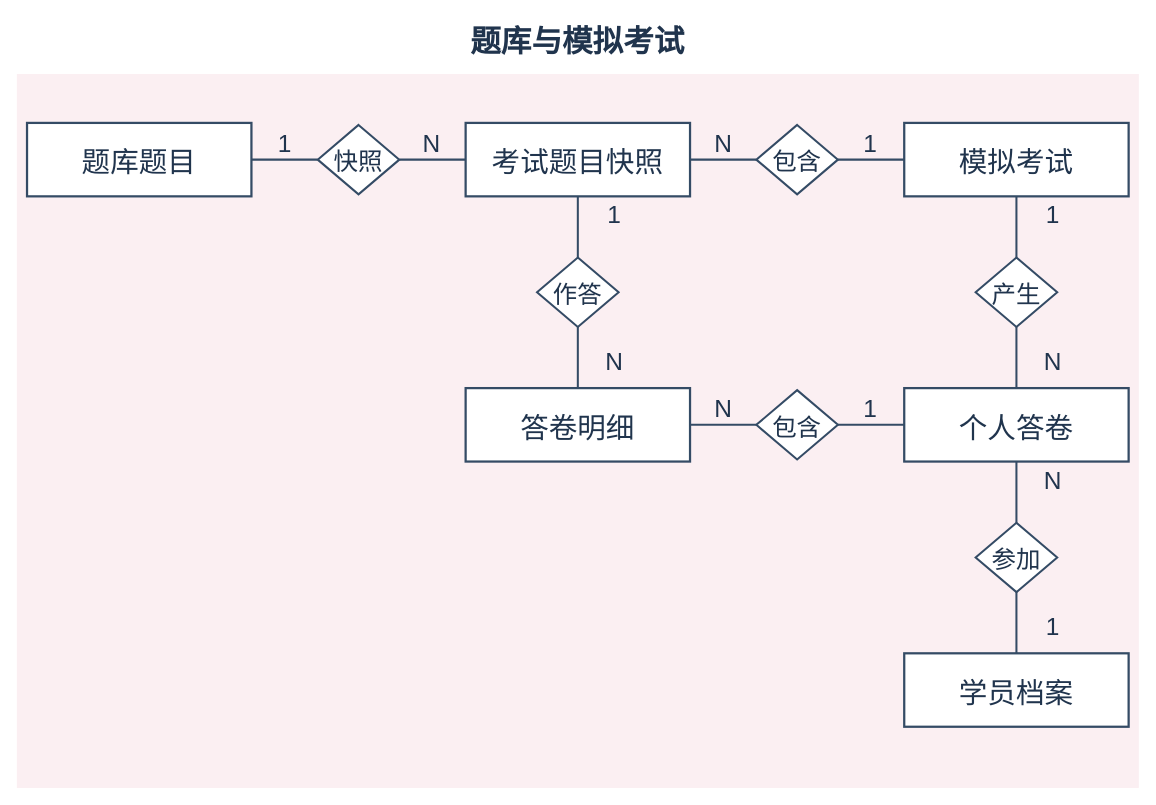
The draw.io diagram page "题目与模拟考试" (5 of 6) of diagrams/overall-er.drawio in TJHLDY/driving-school-training-exam-management, before the edit. Source tidied: cells renumbered, new cells numbered last; positions are measured from the earlier drawing's top-left corner, leaving out a move shared by most shapes. Both pictures are drawn from the tidied source at 102%, with x=0, y=0 at pixel (16, 16).
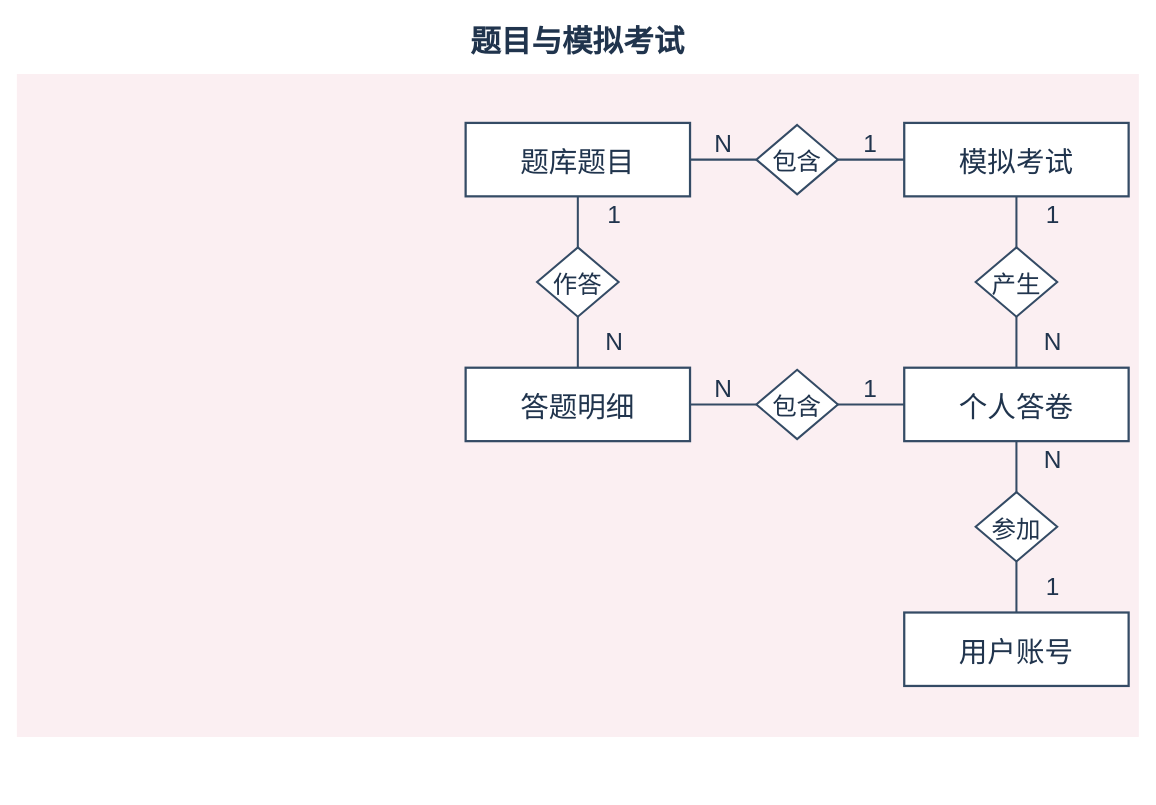
The same page after the edit.

The change refers to these unchanged cells:
```xml
<mxCell id="6" value="模拟考试" style="shape=rectangle;rounded=0;fillColor=#FFFFFF;strokeColor=#344B65;strokeWidth=2.2;fontSize=28;fontFamily=Microsoft YaHei;fontColor=#20344D;" parent="1" vertex="1">
  <mxGeometry x="870" y="104" width="220" height="72" as="geometry" />
</mxCell>
```

Diff of the diagram source:
```diff
@@
     <mxCell id="2" style="fillColor=#FBEFF2;strokeColor=none;" parent="1" vertex="1">
-      <mxGeometry y="56" width="1100" height="700" as="geometry" />
+      <mxGeometry y="56" width="1100" height="650" as="geometry" />
     </mxCell>
-    <mxCell id="3" value="题库与模拟考试" style="strokeColor=none;fillColor=none;fontFamily=Microsoft YaHei;fontColor=#20344D;fontSize=30;fontStyle=1;" parent="1" vertex="1">
+    <mxCell id="3" value="题目与模拟考试" style="strokeColor=none;fillColor=none;fontFamily=Microsoft YaHei;fontColor=#20344D;fontSize=30;fontStyle=1;" parent="1" vertex="1">
       <mxGeometry x="50" width="1000" height="42" as="geometry" />
     </mxCell>
     <mxCell id="4" value="题库题目" style="shape=rectangle;rounded=0;fillColor=#FFFFFF;strokeColor=#344B65;strokeWidth=2.2;fontSize=28;fontFamily=Microsoft YaHei;fontColor=#20344D;" parent="1" vertex="1">
-      <mxGeometry x="10" y="104" width="220" height="72" as="geometry" />
+      <mxGeometry x="440" y="104" width="220" height="72" as="geometry" />
     </mxCell>
-    <mxCell id="5" value="考试题目快照" style="shape=rectangle;rounded=0;fillColor=#FFFFFF;strokeColor=#344B65;strokeWidth=2.2;fontSize=28;fontFamily=Microsoft YaHei;fontColor=#20344D;" parent="1" vertex="1">
-      <mxGeometry x="440" y="104" width="220" height="72" as="geometry" />
-    </mxCell>
@@
-    <mxCell id="7" value="答卷明细" style="shape=rectangle;rounded=0;fillColor=#FFFFFF;strokeColor=#344B65;strokeWidth=2.2;fontSize=28;fontFamily=Microsoft YaHei;fontColor=#20344D;" parent="1" vertex="1">
-      <mxGeometry x="440" y="364" width="220" height="72" as="geometry" />
-    </mxCell>
+    <mxCell id="40" value="答题明细" style="shape=rectangle;rounded=0;fillColor=#FFFFFF;strokeColor=#344B65;strokeWidth=2.2;fontSize=28;fontFamily=Microsoft YaHei;fontColor=#20344D;" parent="1" vertex="1">
+      <mxGeometry x="440" y="344" width="220" height="72" as="geometry" />
+    </mxCell>
     <mxCell id="8" value="个人答卷" style="shape=rectangle;rounded=0;fillColor=#FFFFFF;strokeColor=#344B65;strokeWidth=2.2;fontSize=28;fontFamily=Microsoft YaHei;fontColor=#20344D;" parent="1" vertex="1">
-      <mxGeometry x="870" y="364" width="220" height="72" as="geometry" />
+      <mxGeometry x="870" y="344" width="220" height="72" as="geometry" />
     </mxCell>
-    <mxCell id="9" value="学员档案" style="shape=rectangle;rounded=0;fillColor=#FFFFFF;strokeColor=#344B65;strokeWidth=2.2;fontSize=28;fontFamily=Microsoft YaHei;fontColor=#20344D;" parent="1" vertex="1">
-      <mxGeometry x="870" y="624" width="220" height="72" as="geometry" />
-    </mxCell>
+    <mxCell id="41" value="用户账号" style="shape=rectangle;rounded=0;fillColor=#FFFFFF;strokeColor=#344B65;strokeWidth=2.2;fontSize=28;fontFamily=Microsoft YaHei;fontColor=#20344D;" parent="1" vertex="1">
+      <mxGeometry x="870" y="584" width="220" height="72" as="geometry" />
+    </mxCell>
-    <mxCell id="10" value="快照" style="shape=rhombus;perimeter=rhombusPerimeter;fillColor=#FFFFFF;strokeColor=#344B65;strokeWidth=2;fontSize=24;fontFamily=Microsoft YaHei;fontColor=#20344D;" parent="1" vertex="1">
-      <mxGeometry x="295" y="106" width="80" height="68" as="geometry" />
+    <mxCell id="10" value="包含" style="shape=rhombus;perimeter=rhombusPerimeter;fillColor=#FFFFFF;strokeColor=#344B65;strokeWidth=2;fontSize=24;fontFamily=Microsoft YaHei;fontColor=#20344D;" parent="1" vertex="1">
+      <mxGeometry x="725" y="106" width="80" height="68" as="geometry" />
     </mxCell>
-    <mxCell id="11" style="edgeStyle=none;noEdgeStyle=1;endArrow=none;startArrow=none;strokeColor=#344B65;strokeWidth=2;" parent="1" edge="1" source="4" target="10">
+    <mxCell id="11" style="edgeStyle=none;noEdgeStyle=1;endArrow=none;startArrow=none;strokeColor=#344B65;strokeWidth=2;" parent="1" edge="1" source="6" target="10">
       <mxGeometry relative="1" as="geometry" />
     </mxCell>
     <mxCell id="12" value="1" style="strokeColor=none;fillColor=none;fontFamily=Microsoft YaHei;fontColor=#20344D;fontSize=24;" parent="1" vertex="1">
-      <mxGeometry x="235" y="108" width="56" height="28" as="geometry" />
+      <mxGeometry x="809" y="108" width="56" height="28" as="geometry" />
     </mxCell>
-    <mxCell id="13" style="edgeStyle=none;noEdgeStyle=1;endArrow=none;startArrow=none;strokeColor=#344B65;strokeWidth=2;" parent="1" edge="1" source="5" target="10">
+    <mxCell id="13" style="edgeStyle=none;noEdgeStyle=1;endArrow=none;startArrow=none;strokeColor=#344B65;strokeWidth=2;" parent="1" edge="1" source="4" target="10">
       <mxGeometry relative="1" as="geometry" />
     </mxCell>
     <mxCell id="14" value="N" style="strokeColor=none;fillColor=none;fontFamily=Microsoft YaHei;fontColor=#20344D;fontSize=24;" parent="1" vertex="1">
-      <mxGeometry x="379" y="108" width="56" height="28" as="geometry" />
+      <mxGeometry x="665" y="108" width="56" height="28" as="geometry" />
     </mxCell>
-    <mxCell id="15" value="包含" style="shape=rhombus;perimeter=rhombusPerimeter;fillColor=#FFFFFF;strokeColor=#344B65;strokeWidth=2;fontSize=24;fontFamily=Microsoft YaHei;fontColor=#20344D;" parent="1" vertex="1">
-      <mxGeometry x="725" y="106" width="80" height="68" as="geometry" />
+    <mxCell id="15" value="产生" style="shape=rhombus;perimeter=rhombusPerimeter;fillColor=#FFFFFF;strokeColor=#344B65;strokeWidth=2;fontSize=24;fontFamily=Microsoft YaHei;fontColor=#20344D;" parent="1" vertex="1">
+      <mxGeometry x="940" y="226" width="80" height="68" as="geometry" />
     </mxCell>
@@
     <mxCell id="17" value="1" style="strokeColor=none;fillColor=none;fontFamily=Microsoft YaHei;fontColor=#20344D;fontSize=24;" parent="1" vertex="1">
-      <mxGeometry x="809" y="108" width="56" height="28" as="geometry" />
+      <mxGeometry x="988" y="178" width="56" height="28" as="geometry" />
     </mxCell>
-    <mxCell id="18" style="edgeStyle=none;noEdgeStyle=1;endArrow=none;startArrow=none;strokeColor=#344B65;strokeWidth=2;" parent="1" edge="1" source="5" target="15">
+    <mxCell id="18" style="edgeStyle=none;noEdgeStyle=1;endArrow=none;startArrow=none;strokeColor=#344B65;strokeWidth=2;" parent="1" edge="1" source="8" target="15">
       <mxGeometry relative="1" as="geometry" />
     </mxCell>
     <mxCell id="19" value="N" style="strokeColor=none;fillColor=none;fontFamily=Microsoft YaHei;fontColor=#20344D;fontSize=24;" parent="1" vertex="1">
-      <mxGeometry x="665" y="108" width="56" height="28" as="geometry" />
+      <mxGeometry x="988" y="302" width="56" height="28" as="geometry" />
     </mxCell>
-    <mxCell id="20" value="产生" style="shape=rhombus;perimeter=rhombusPerimeter;fillColor=#FFFFFF;strokeColor=#344B65;strokeWidth=2;fontSize=24;fontFamily=Microsoft YaHei;fontColor=#20344D;" parent="1" vertex="1">
-      <mxGeometry x="940" y="236" width="80" height="68" as="geometry" />
+    <mxCell id="20" value="作答" style="shape=rhombus;perimeter=rhombusPerimeter;fillColor=#FFFFFF;strokeColor=#344B65;strokeWidth=2;fontSize=24;fontFamily=Microsoft YaHei;fontColor=#20344D;" parent="1" vertex="1">
+      <mxGeometry x="510" y="226" width="80" height="68" as="geometry" />
     </mxCell>
-    <mxCell id="21" style="edgeStyle=none;noEdgeStyle=1;endArrow=none;startArrow=none;strokeColor=#344B65;strokeWidth=2;" parent="1" edge="1" source="6" target="20">
+    <mxCell id="21" style="edgeStyle=none;noEdgeStyle=1;endArrow=none;startArrow=none;strokeColor=#344B65;strokeWidth=2;" parent="1" edge="1" source="4" target="20">
       <mxGeometry relative="1" as="geometry" />
     </mxCell>
     <mxCell id="22" value="1" style="strokeColor=none;fillColor=none;fontFamily=Microsoft YaHei;fontColor=#20344D;fontSize=24;" parent="1" vertex="1">
-      <mxGeometry x="988" y="178" width="56" height="28" as="geometry" />
+      <mxGeometry x="558" y="178" width="56" height="28" as="geometry" />
     </mxCell>
-    <mxCell id="23" style="edgeStyle=none;noEdgeStyle=1;endArrow=none;startArrow=none;strokeColor=#344B65;strokeWidth=2;" parent="1" edge="1" source="8" target="20">
+    <mxCell id="23" style="edgeStyle=none;noEdgeStyle=1;endArrow=none;startArrow=none;strokeColor=#344B65;strokeWidth=2;" parent="1" edge="1" source="40" target="20">
       <mxGeometry relative="1" as="geometry" />
     </mxCell>
     <mxCell id="24" value="N" style="strokeColor=none;fillColor=none;fontFamily=Microsoft YaHei;fontColor=#20344D;fontSize=24;" parent="1" vertex="1">
-      <mxGeometry x="988" y="322" width="56" height="28" as="geometry" />
+      <mxGeometry x="558" y="302" width="56" height="28" as="geometry" />
     </mxCell>
-    <mxCell id="25" value="作答" style="shape=rhombus;perimeter=rhombusPerimeter;fillColor=#FFFFFF;strokeColor=#344B65;strokeWidth=2;fontSize=24;fontFamily=Microsoft YaHei;fontColor=#20344D;" parent="1" vertex="1">
-      <mxGeometry x="510" y="236" width="80" height="68" as="geometry" />
+    <mxCell id="25" value="包含" style="shape=rhombus;perimeter=rhombusPerimeter;fillColor=#FFFFFF;strokeColor=#344B65;strokeWidth=2;fontSize=24;fontFamily=Microsoft YaHei;fontColor=#20344D;" parent="1" vertex="1">
+      <mxGeometry x="725" y="346" width="80" height="68" as="geometry" />
     </mxCell>
-    <mxCell id="26" style="edgeStyle=none;noEdgeStyle=1;endArrow=none;startArrow=none;strokeColor=#344B65;strokeWidth=2;" parent="1" edge="1" source="5" target="25">
+    <mxCell id="26" style="edgeStyle=none;noEdgeStyle=1;endArrow=none;startArrow=none;strokeColor=#344B65;strokeWidth=2;" parent="1" edge="1" source="8" target="25">
       <mxGeometry relative="1" as="geometry" />
     </mxCell>
     <mxCell id="27" value="1" style="strokeColor=none;fillColor=none;fontFamily=Microsoft YaHei;fontColor=#20344D;fontSize=24;" parent="1" vertex="1">
-      <mxGeometry x="558" y="178" width="56" height="28" as="geometry" />
+      <mxGeometry x="809" y="348" width="56" height="28" as="geometry" />
     </mxCell>
-    <mxCell id="28" style="edgeStyle=none;noEdgeStyle=1;endArrow=none;startArrow=none;strokeColor=#344B65;strokeWidth=2;" parent="1" edge="1" source="7" target="25">
+    <mxCell id="28" style="edgeStyle=none;noEdgeStyle=1;endArrow=none;startArrow=none;strokeColor=#344B65;strokeWidth=2;" parent="1" edge="1" source="40" target="25">
       <mxGeometry relative="1" as="geometry" />
     </mxCell>
     <mxCell id="29" value="N" style="strokeColor=none;fillColor=none;fontFamily=Microsoft YaHei;fontColor=#20344D;fontSize=24;" parent="1" vertex="1">
-      <mxGeometry x="558" y="322" width="56" height="28" as="geometry" />
+      <mxGeometry x="665" y="348" width="56" height="28" as="geometry" />
     </mxCell>
-    <mxCell id="30" value="包含" style="shape=rhombus;perimeter=rhombusPerimeter;fillColor=#FFFFFF;strokeColor=#344B65;strokeWidth=2;fontSize=24;fontFamily=Microsoft YaHei;fontColor=#20344D;" parent="1" vertex="1">
-      <mxGeometry x="725" y="366" width="80" height="68" as="geometry" />
+    <mxCell id="30" value="参加" style="shape=rhombus;perimeter=rhombusPerimeter;fillColor=#FFFFFF;strokeColor=#344B65;strokeWidth=2;fontSize=24;fontFamily=Microsoft YaHei;fontColor=#20344D;" parent="1" vertex="1">
+      <mxGeometry x="940" y="466" width="80" height="68" as="geometry" />
     </mxCell>
-    <mxCell id="31" style="edgeStyle=none;noEdgeStyle=1;endArrow=none;startArrow=none;strokeColor=#344B65;strokeWidth=2;" parent="1" edge="1" source="8" target="30">
+    <mxCell id="31" style="edgeStyle=none;noEdgeStyle=1;endArrow=none;startArrow=none;strokeColor=#344B65;strokeWidth=2;" parent="1" edge="1" source="41" target="30">
       <mxGeometry relative="1" as="geometry" />
     </mxCell>
     <mxCell id="32" value="1" style="strokeColor=none;fillColor=none;fontFamily=Microsoft YaHei;fontColor=#20344D;fontSize=24;" parent="1" vertex="1">
-      <mxGeometry x="809" y="368" width="56" height="28" as="geometry" />
+      <mxGeometry x="988" y="542" width="56" height="28" as="geometry" />
     </mxCell>
-    <mxCell id="33" style="edgeStyle=none;noEdgeStyle=1;endArrow=none;startArrow=none;strokeColor=#344B65;strokeWidth=2;" parent="1" edge="1" source="7" target="30">
+    <mxCell id="33" style="edgeStyle=none;noEdgeStyle=1;endArrow=none;startArrow=none;strokeColor=#344B65;strokeWidth=2;" parent="1" edge="1" source="8" target="30">
       <mxGeometry relative="1" as="geometry" />
     </mxCell>
     <mxCell id="34" value="N" style="strokeColor=none;fillColor=none;fontFamily=Microsoft YaHei;fontColor=#20344D;fontSize=24;" parent="1" vertex="1">
-      <mxGeometry x="665" y="368" width="56" height="28" as="geometry" />
+      <mxGeometry x="988" y="418" width="56" height="28" as="geometry" />
     </mxCell>
-    <mxCell id="35" value="参加" style="shape=rhombus;perimeter=rhombusPerimeter;fillColor=#FFFFFF;strokeColor=#344B65;strokeWidth=2;fontSize=24;fontFamily=Microsoft YaHei;fontColor=#20344D;" parent="1" vertex="1">
-      <mxGeometry x="940" y="496" width="80" height="68" as="geometry" />
-    </mxCell>
-    <mxCell id="36" style="edgeStyle=none;noEdgeStyle=1;endArrow=none;startArrow=none;strokeColor=#344B65;strokeWidth=2;" parent="1" edge="1" source="9" target="35">
-      <mxGeometry relative="1" as="geometry" />
-    </mxCell>
-    <mxCell id="37" value="1" style="strokeColor=none;fillColor=none;fontFamily=Microsoft YaHei;fontColor=#20344D;fontSize=24;" parent="1" vertex="1">
-      <mxGeometry x="988" y="582" width="56" height="28" as="geometry" />
-    </mxCell>
-    <mxCell id="38" style="edgeStyle=none;noEdgeStyle=1;endArrow=none;startArrow=none;strokeColor=#344B65;strokeWidth=2;" parent="1" edge="1" source="8" target="35">
-      <mxGeometry relative="1" as="geometry" />
-    </mxCell>
-    <mxCell id="39" value="N" style="strokeColor=none;fillColor=none;fontFamily=Microsoft YaHei;fontColor=#20344D;fontSize=24;" parent="1" vertex="1">
-      <mxGeometry x="988" y="438" width="56" height="28" as="geometry" />
-    </mxCell>
```
